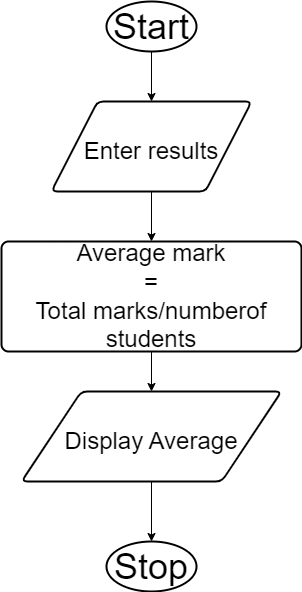
This is Question 2 part ii.drawio.png from Berna-K/CAT-2-Question-2, a draw.io export, as it was before one commit. Source tidied: cells renumbered, new cells last; positions are measured from the earlier drawing's top-left corner, leaving out a move shared by most shapes.
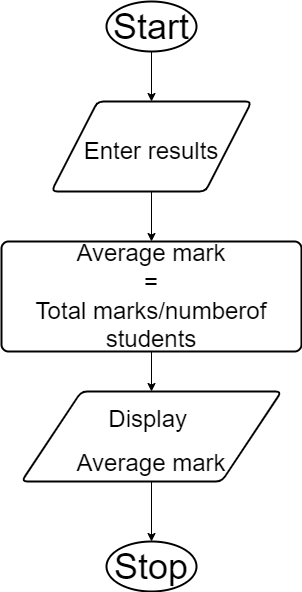
Later version of the same file.

The edit, as a diff of the source:
```diff
@@ -23,7 +23,7 @@
     <mxCell id="8" style="edgeStyle=orthogonalEdgeStyle;rounded=0;jettySize=auto;html=1;entryX=0.5;entryY=0;entryDx=0;entryDy=0;entryPerimeter=0;fontSize=24;" parent="1" edge="1" source="9" target="10">
       <mxGeometry relative="1" as="geometry" />
     </mxCell>
-    <mxCell id="9" value="&lt;div style=&quot;&quot;&gt;&lt;font style=&quot;font-size: 24px;&quot;&gt;&lt;span style=&quot;background-color: initial;&quot;&gt;Display Average&lt;/span&gt;&lt;/font&gt;&lt;/div&gt;" style="shape=parallelogram;html=1;strokeWidth=2;perimeter=parallelogramPerimeter;whiteSpace=wrap;rounded=1;arcSize=12;size=0.23;fontSize=36;align=center;" parent="1" vertex="1">
+    <mxCell id="9" value="&lt;div style=&quot;&quot;&gt;&lt;font style=&quot;font-size: 24px;&quot;&gt;&lt;span style=&quot;background-color: initial;&quot;&gt;Display&amp;nbsp;&lt;/span&gt;&lt;/font&gt;&lt;/div&gt;&lt;div style=&quot;&quot;&gt;&lt;font style=&quot;font-size: 24px;&quot;&gt;&lt;span style=&quot;background-color: initial;&quot;&gt;Average mark&lt;/span&gt;&lt;/font&gt;&lt;/div&gt;" style="shape=parallelogram;html=1;strokeWidth=2;perimeter=parallelogramPerimeter;whiteSpace=wrap;rounded=1;arcSize=12;size=0.23;fontSize=36;align=center;" parent="1" vertex="1">
       <mxGeometry x="20" y="390" width="260" height="90" as="geometry" />
     </mxCell>
     <mxCell id="10" value="Stop" style="strokeWidth=2;html=1;shape=mxgraph.flowchart.start_1;whiteSpace=wrap;fontSize=36;" parent="1" vertex="1">
```
